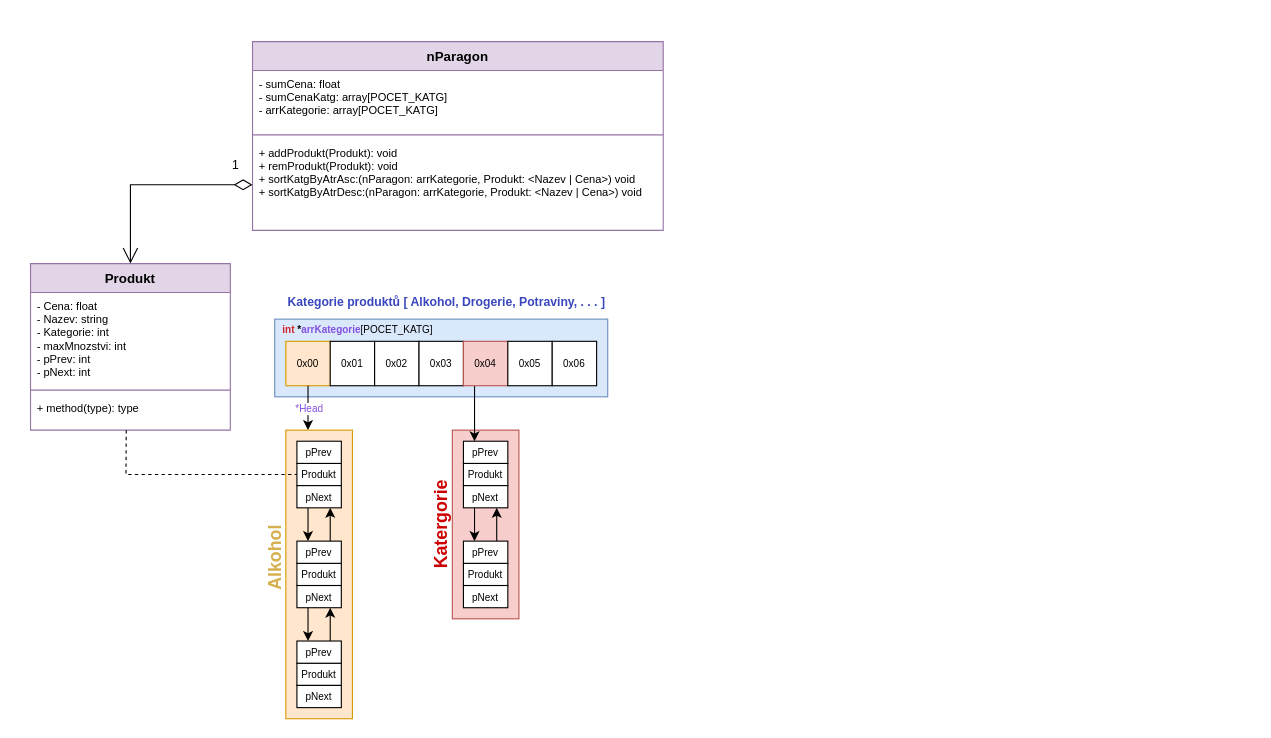
Before: NakupniParagon/NavrhModelu.drawio in JKalina08/dsa_projekt, a draw.io diagram. Source tidied: cells renumbered, new cells numbered last; positions are measured from the earlier drawing's top-left corner, leaving out a move shared by most shapes. Both pictures are drawn from the tidied source at 111%, with x=0, y=0 at pixel (30, 41).
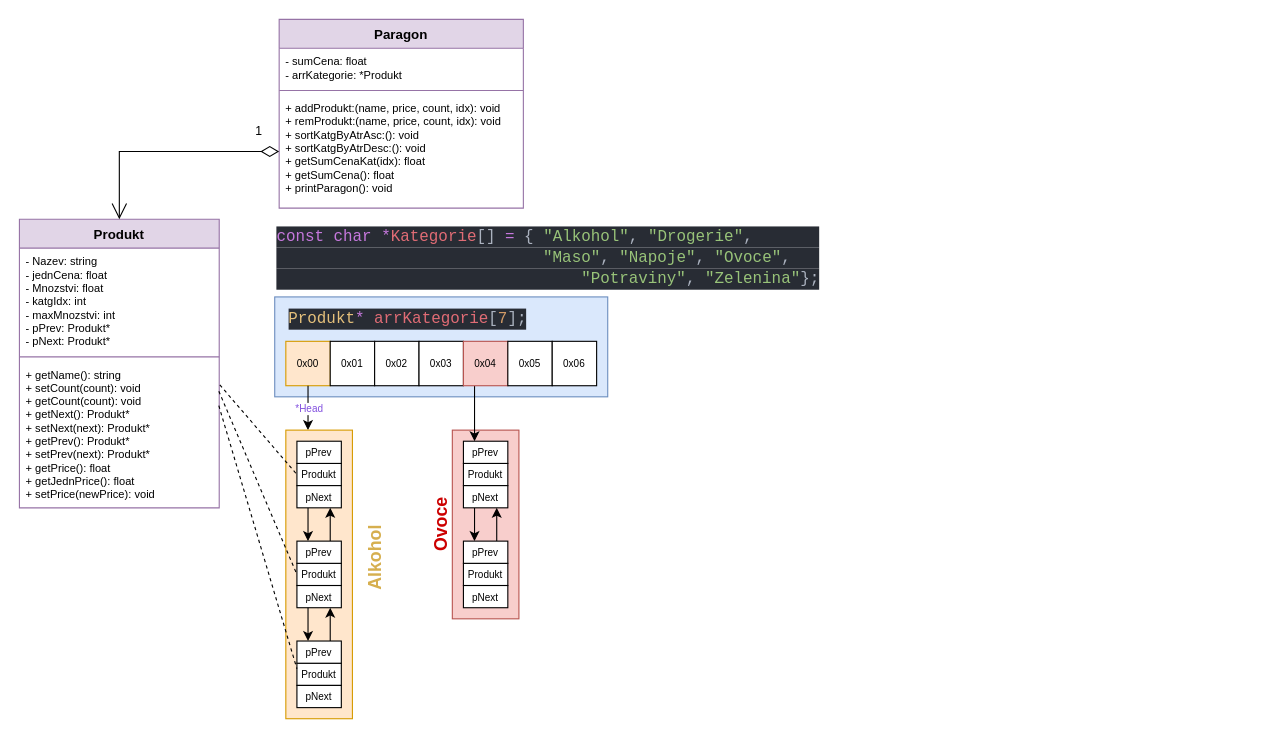
After the change.

Unchanged cells that the change refers to:
```xml
<mxCell id="35" value="&lt;font style=&quot;font-size: 9px;&quot;&gt;Produkt&lt;/font&gt;" style="rounded=0;whiteSpace=wrap;html=1;" parent="1" vertex="1">
  <mxGeometry x="240" y="380" width="40" height="20" as="geometry" />
</mxCell>
<mxCell id="40" value="&lt;font style=&quot;font-size: 9px;&quot;&gt;Produkt&lt;/font&gt;" style="rounded=0;whiteSpace=wrap;html=1;" parent="1" vertex="1">
  <mxGeometry x="240" y="470" width="40" height="20" as="geometry" />
</mxCell>
<mxCell id="46" value="&lt;font style=&quot;font-size: 9px;&quot;&gt;Produkt&lt;/font&gt;" style="rounded=0;whiteSpace=wrap;html=1;" parent="1" vertex="1">
  <mxGeometry x="240" y="560" width="40" height="20" as="geometry" />
</mxCell>
```

What changed in the source:
```diff
@@
     <mxCell id="3" style="rounded=0;whiteSpace=wrap;html=1;fillColor=#dae8fc;strokeColor=#6c8ebf;" parent="1" vertex="1">
-      <mxGeometry x="220" y="250" width="300" height="70" as="geometry" />
+      <mxGeometry x="220" y="230" width="300" height="90" as="geometry" />
     </mxCell>
@@
-    <mxCell id="5" value="&lt;font color=&quot;#cf222e&quot;&gt;&lt;b&gt;int&lt;/b&gt; &lt;/font&gt;&lt;b&gt;*&lt;font color=&quot;#8250df&quot;&gt;arrKategorie&lt;/font&gt;&lt;/b&gt;[POCET_KATG]" style="text;html=1;strokeColor=none;fillColor=none;align=center;verticalAlign=middle;whiteSpace=wrap;rounded=0;fontSize=9;" parent="1" vertex="1">
-      <mxGeometry x="220" y="250" width="150" height="20" as="geometry" />
+    <mxCell id="5" value="&lt;div style=&quot;color: rgb(171, 178, 191); background-color: rgb(40, 44, 52); font-family: &amp;quot;CaskaydiaCove NF&amp;quot;, Consolas, &amp;quot;Courier New&amp;quot;, monospace; font-size: 14.3px; line-height: 19px;&quot;&gt;&lt;span style=&quot;color: #e5c07b;&quot;&gt;Produkt&lt;/span&gt;&lt;span style=&quot;color: #c678dd;&quot;&gt;*&lt;/span&gt; &lt;span style=&quot;color: #e06c75;&quot;&gt;arrKategorie&lt;/span&gt;[&lt;span style=&quot;color: #d19a66;&quot;&gt;7&lt;/span&gt;];&lt;/div&gt;" style="text;html=1;strokeColor=none;fillColor=none;align=center;verticalAlign=middle;whiteSpace=wrap;rounded=0;fontSize=9;" parent="1" vertex="1">
+      <mxGeometry x="190" y="240" width="300" height="20" as="geometry" />
     </mxCell>
@@
-    <mxCell id="25" value="&lt;b&gt;&lt;font color=&quot;#3946bd&quot; style=&quot;font-size: 11px;&quot;&gt;Kategorie produktů [ Alkohol, Drogerie, Potraviny, . . . ]&lt;/font&gt;&lt;/b&gt;" style="text;html=1;strokeColor=none;fillColor=none;align=center;verticalAlign=middle;whiteSpace=wrap;rounded=0;fontSize=9;fontColor=#8250df;" parent="1" vertex="1">
-      <mxGeometry x="230" y="220" width="290" height="30" as="geometry" />
-    </mxCell>
     <mxCell id="26" value="Produkt" style="swimlane;fontStyle=1;align=center;verticalAlign=top;horizontal=1;startSize=26;fillColor=#e1d5e7;strokeColor=#9673a6;" parent="1" vertex="1">
-      <mxGeometry y="200" width="180" height="150" as="geometry" />
+      <mxGeometry x="-10" y="160" width="180" height="260" as="geometry" />
     </mxCell>
-    <mxCell id="27" value="- Cena: float&#10;- Nazev: string&#10;- Kategorie: int&#10;- maxMnozstvi: int&#10;- pPrev: int&#10;- pNext: int" style="text;strokeColor=none;fillColor=none;align=left;verticalAlign=top;spacingLeft=4;spacingRight=4;overflow=hidden;fontSize=10;" parent="26" vertex="1">
-      <mxGeometry y="26" width="180" height="84" as="geometry" />
+    <mxCell id="27" value="- Nazev: string&#10;- jednCena: float&#10;- Mnozstvi: float&#10;- katgIdx: int&#10;- maxMnozstvi: int&#10;- pPrev: Produkt*&#10;- pNext: Produkt*" style="text;strokeColor=none;fillColor=none;align=left;verticalAlign=top;spacingLeft=4;spacingRight=4;overflow=hidden;fontSize=10;" parent="26" vertex="1">
+      <mxGeometry y="26" width="180" height="94" as="geometry" />
     </mxCell>
     <mxCell id="28" style="line;strokeWidth=1;fillColor=none;align=left;verticalAlign=middle;spacingTop=-1;spacingLeft=3;spacingRight=3;labelPosition=right;strokeColor=inherit;" parent="26" vertex="1">
-      <mxGeometry y="110" width="180" height="8" as="geometry" />
+      <mxGeometry y="120" width="180" height="8" as="geometry" />
     </mxCell>
-    <mxCell id="29" value="+ method(type): type" style="text;strokeColor=none;fillColor=none;align=left;verticalAlign=top;spacingLeft=4;spacingRight=4;overflow=hidden;points=[[0,0.5],[1,0.5]];portConstraint=eastwest;fontSize=10;" parent="26" vertex="1">
-      <mxGeometry y="118" width="180" height="32" as="geometry" />
+    <mxCell id="29" value="+ getName(): string&#10;+ setCount(count): void&#10;+ getCount(count): void&#10;+ getNext(): Produkt*&#10;+ setNext(next): Produkt*&#10;+ getPrev(): Produkt*&#10;+ setPrev(next): Produkt*&#10;+ getPrice(): float&#10;+ getJednPrice(): float&#10;+ setPrice(newPrice): void" style="text;strokeColor=none;fillColor=none;align=left;verticalAlign=top;spacingLeft=4;spacingRight=4;overflow=hidden;points=[[0,0.5],[1,0.5]];portConstraint=eastwest;fontSize=10;" parent="26" vertex="1">
+      <mxGeometry y="128" width="180" height="132" as="geometry" />
     </mxCell>
-    <mxCell id="30" value="nParagon" style="swimlane;fontStyle=1;align=center;verticalAlign=top;horizontal=1;startSize=26;fillColor=#e1d5e7;strokeColor=#9673a6;" parent="1" vertex="1">
-      <mxGeometry x="200" width="370" height="170" as="geometry" />
+    <mxCell id="30" value="Paragon" style="swimlane;fontStyle=1;align=center;verticalAlign=top;horizontal=1;startSize=26;fillColor=#e1d5e7;strokeColor=#9673a6;" parent="1" vertex="1">
+      <mxGeometry x="224" y="-20" width="220" height="170" as="geometry" />
     </mxCell>
-    <mxCell id="31" value="- sumCena: float&#10;- sumCenaKatg: array[POCET_KATG]&#10;- arrKategorie: array[POCET_KATG]" style="text;strokeColor=none;fillColor=none;align=left;verticalAlign=top;spacingLeft=4;spacingRight=4;overflow=hidden;fontSize=10;" parent="30" vertex="1">
-      <mxGeometry y="26" width="370" height="54" as="geometry" />
+    <mxCell id="31" value="- sumCena: float&#10;- arrKategorie: *Produkt" style="text;strokeColor=none;fillColor=none;align=left;verticalAlign=top;spacingLeft=4;spacingRight=4;overflow=hidden;fontSize=10;" parent="30" vertex="1">
+      <mxGeometry y="26" width="220" height="34" as="geometry" />
     </mxCell>
     <mxCell id="32" style="line;strokeWidth=1;fillColor=none;align=left;verticalAlign=middle;spacingTop=-1;spacingLeft=3;spacingRight=3;labelPosition=right;strokeColor=inherit;" parent="30" vertex="1">
-      <mxGeometry y="80" width="370" height="8" as="geometry" />
+      <mxGeometry y="60" width="220" height="8" as="geometry" />
     </mxCell>
-    <mxCell id="33" value="+ addProdukt(Produkt): void&#10;+ remProdukt(Produkt): void&#10;+ sortKatgByAtrAsc:(nParagon: arrKategorie, Produkt: &lt;Nazev | Cena&gt;) void&#10;+ sortKatgByAtrDesc:(nParagon: arrKategorie, Produkt: &lt;Nazev | Cena&gt;) void" style="text;strokeColor=none;fillColor=none;align=left;verticalAlign=top;spacingLeft=4;spacingRight=4;overflow=hidden;points=[[0,0.5],[1,0.5]];portConstraint=eastwest;fontSize=10;" parent="30" vertex="1">
-      <mxGeometry y="88" width="370" height="82" as="geometry" />
+    <mxCell id="33" value="+ addProdukt:(name, price, count, idx): void&#10;+ remProdukt:(name, price, count, idx): void&#10;+ sortKatgByAtrAsc:(): void&#10;+ sortKatgByAtrDesc:(): void&#10;+ getSumCenaKat(idx): float&#10;+ getSumCena(): float&#10;+ printParagon(): void" style="text;strokeColor=none;fillColor=none;align=left;verticalAlign=top;spacingLeft=4;spacingRight=4;overflow=hidden;points=[[0,0.5],[1,0.5]];portConstraint=eastwest;fontSize=10;" parent="30" vertex="1">
+      <mxGeometry y="68" width="220" height="102" as="geometry" />
     </mxCell>
@@
-    <mxCell id="52" style="endArrow=none;dashed=1;html=1;rounded=0;exitX=0.479;exitY=1.001;exitDx=0;exitDy=0;exitPerimeter=0;entryX=0;entryY=0.5;entryDx=0;entryDy=0;" parent="1" edge="1" source="29" target="35">
-      <mxGeometry relative="1" as="geometry">
-        <Array as="points">
-          <mxPoint x="86" y="390" />
-        </Array>
-      </mxGeometry>
+    <mxCell id="52" style="endArrow=none;dashed=1;html=1;rounded=0;exitX=1.003;exitY=0.161;exitDx=0;exitDy=0;exitPerimeter=0;entryX=0;entryY=0.5;entryDx=0;entryDy=0;" parent="1" edge="1" source="29" target="35">
+      <mxGeometry relative="1" as="geometry" />
     </mxCell>
     <mxCell id="53" value="&lt;font color=&quot;#d6af4f&quot; style=&quot;font-size: 16px;&quot;&gt;&lt;b style=&quot;&quot;&gt;Alkohol&lt;/b&gt;&lt;/font&gt;" style="text;html=1;strokeColor=none;fillColor=none;align=center;verticalAlign=middle;whiteSpace=wrap;rounded=0;rotation=270;" parent="1" vertex="1">
-      <mxGeometry x="190" y="450" width="60" height="30" as="geometry" />
+      <mxGeometry x="280" y="450" width="60" height="30" as="geometry" />
     </mxCell>
-    <mxCell id="54" value="&lt;font color=&quot;#cc0000&quot; style=&quot;font-size: 16px;&quot;&gt;&lt;b style=&quot;&quot;&gt;Katergorie&lt;/b&gt;&lt;/font&gt;" style="text;html=1;strokeColor=none;fillColor=none;align=center;verticalAlign=middle;whiteSpace=wrap;rounded=0;rotation=270;" parent="1" vertex="1">
+    <mxCell id="54" value="&lt;font color=&quot;#cc0000&quot; style=&quot;font-size: 16px;&quot;&gt;&lt;b style=&quot;&quot;&gt;Ovoce&lt;/b&gt;&lt;/font&gt;" style="text;html=1;strokeColor=none;fillColor=none;align=center;verticalAlign=middle;whiteSpace=wrap;rounded=0;rotation=270;" parent="1" vertex="1">
       <mxGeometry x="340" y="420" width="60" height="30" as="geometry" />
     </mxCell>
+    <mxCell id="55" value="&lt;div style=&quot;color: rgb(171, 178, 191); background-color: rgb(40, 44, 52); font-family: &amp;quot;CaskaydiaCove NF&amp;quot;, Consolas, &amp;quot;Courier New&amp;quot;, monospace; font-size: 14.3px; line-height: 19px;&quot;&gt;&lt;span style=&quot;color: #c678dd;&quot;&gt;const&lt;/span&gt; &lt;span style=&quot;color: #c678dd;&quot;&gt;char&lt;/span&gt; &lt;span style=&quot;color: #c678dd;&quot;&gt;*&lt;/span&gt;&lt;span style=&quot;color: #e06c75;&quot;&gt;Kategorie&lt;/span&gt;[] &lt;span style=&quot;color: #c678dd;&quot;&gt;=&lt;/span&gt; { &lt;span style=&quot;color: #98c379;&quot;&gt;&quot;Alkohol&quot;&lt;/span&gt;, &lt;span style=&quot;color: #98c379;&quot;&gt;&quot;Drogerie&quot;&lt;/span&gt;,&lt;/div&gt;&lt;div style=&quot;color: rgb(171, 178, 191); background-color: rgb(40, 44, 52); font-family: &amp;quot;CaskaydiaCove NF&amp;quot;, Consolas, &amp;quot;Courier New&amp;quot;, monospace; font-size: 14.3px; line-height: 19px;&quot;&gt;&lt;span style=&quot;color: #98c379;&quot;&gt;&lt;span style=&quot;white-space: pre;&quot;&gt;&#9;&lt;/span&gt;&lt;span style=&quot;white-space: pre;&quot;&gt;&#9;&lt;/span&gt;&lt;span style=&quot;white-space: pre;&quot;&gt;&#9;&lt;/span&gt;&amp;nbsp; &amp;nbsp; &quot;Maso&quot;&lt;/span&gt;,&amp;nbsp;&lt;span style=&quot;font-size: 14.3px; color: rgb(152, 195, 121);&quot;&gt;&quot;Napoje&quot;&lt;/span&gt;&lt;span style=&quot;font-size: 14.3px;&quot;&gt;, &lt;/span&gt;&lt;span style=&quot;font-size: 14.3px; color: rgb(152, 195, 121);&quot;&gt;&quot;Ovoce&quot;&lt;/span&gt;&lt;span style=&quot;font-size: 14.3px;&quot;&gt;,&lt;/span&gt;&lt;/div&gt;&lt;div style=&quot;color: rgb(171, 178, 191); background-color: rgb(40, 44, 52); font-family: &amp;quot;CaskaydiaCove NF&amp;quot;, Consolas, &amp;quot;Courier New&amp;quot;, monospace; font-size: 14.3px; line-height: 19px;&quot;&gt;&lt;span style=&quot;font-size: 14.3px; color: rgb(152, 195, 121);&quot;&gt;&lt;span style=&quot;white-space: pre;&quot;&gt;&#9;&lt;/span&gt;&lt;span style=&quot;white-space: pre;&quot;&gt;&#9;&lt;/span&gt;&lt;span style=&quot;white-space: pre;&quot;&gt;&#9;&lt;/span&gt;&lt;span style=&quot;white-space: pre;&quot;&gt;&#9;&lt;/span&gt;&quot;Potraviny&quot;&lt;/span&gt;&lt;span style=&quot;font-size: 14.3px;&quot;&gt;, &lt;/span&gt;&lt;span style=&quot;font-size: 14.3px; color: rgb(152, 195, 121);&quot;&gt;&quot;Zelenina&quot;&lt;/span&gt;&lt;span style=&quot;font-size: 14.3px;&quot;&gt;};&lt;/span&gt;&lt;/div&gt;" style="text;whiteSpace=wrap;html=1;" parent="1" vertex="1">
+      <mxGeometry x="220" y="160" width="880" height="30" as="geometry" />
+    </mxCell>
+    <mxCell id="56" style="endArrow=none;dashed=1;html=1;rounded=0;exitX=0.998;exitY=0.204;exitDx=0;exitDy=0;exitPerimeter=0;entryX=0;entryY=0.5;entryDx=0;entryDy=0;" parent="1" edge="1" source="29" target="40">
+      <mxGeometry relative="1" as="geometry" />
+    </mxCell>
+    <mxCell id="57" style="endArrow=none;dashed=1;html=1;rounded=0;exitX=0.998;exitY=0.303;exitDx=0;exitDy=0;exitPerimeter=0;entryX=0;entryY=0.25;entryDx=0;entryDy=0;" parent="1" edge="1" source="29" target="46">
+      <mxGeometry relative="1" as="geometry" />
+    </mxCell>
```
